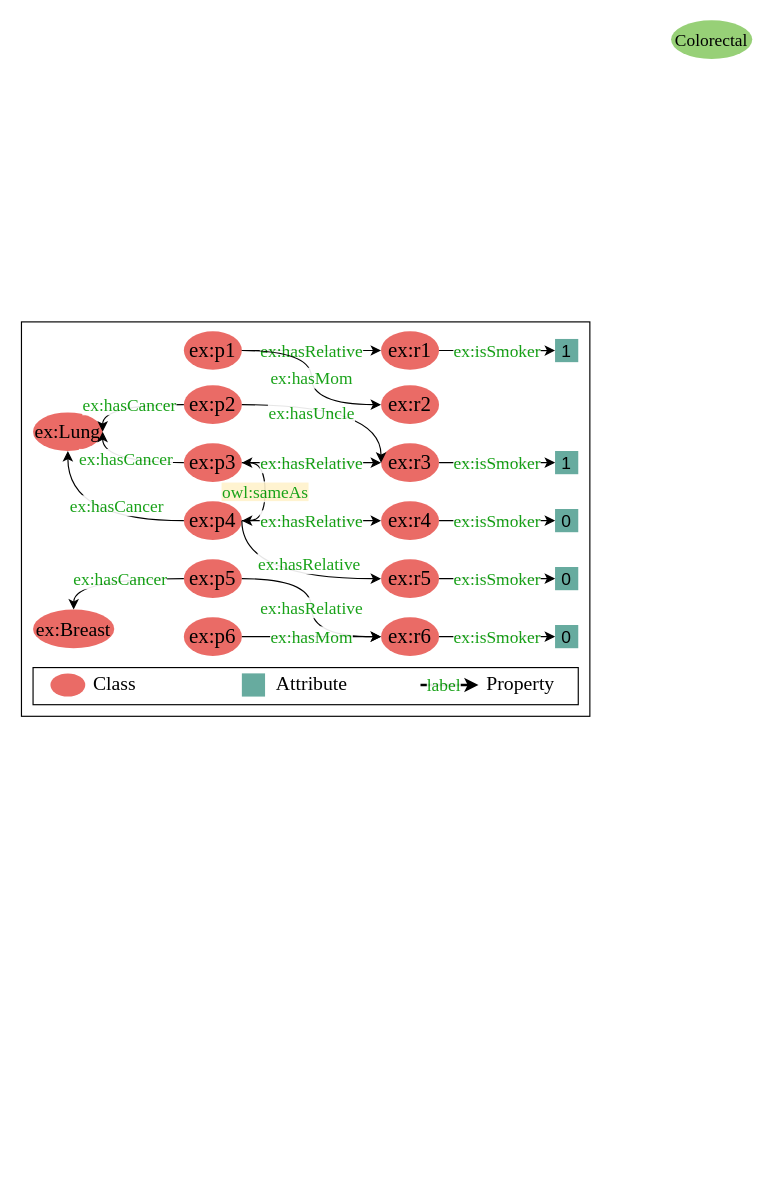
This is VLDB2023.drawio from jason-huanghao/drawio_graphs, a draw.io file, before an edit. Source tidied: cells renumbered, new cells numbered last; positions are measured from the earlier drawing's top-left corner, leaving out a move shared by most shapes. Both pictures are drawn from the tidied source at 116%, with x=0, y=0 at pixel (21, 20).
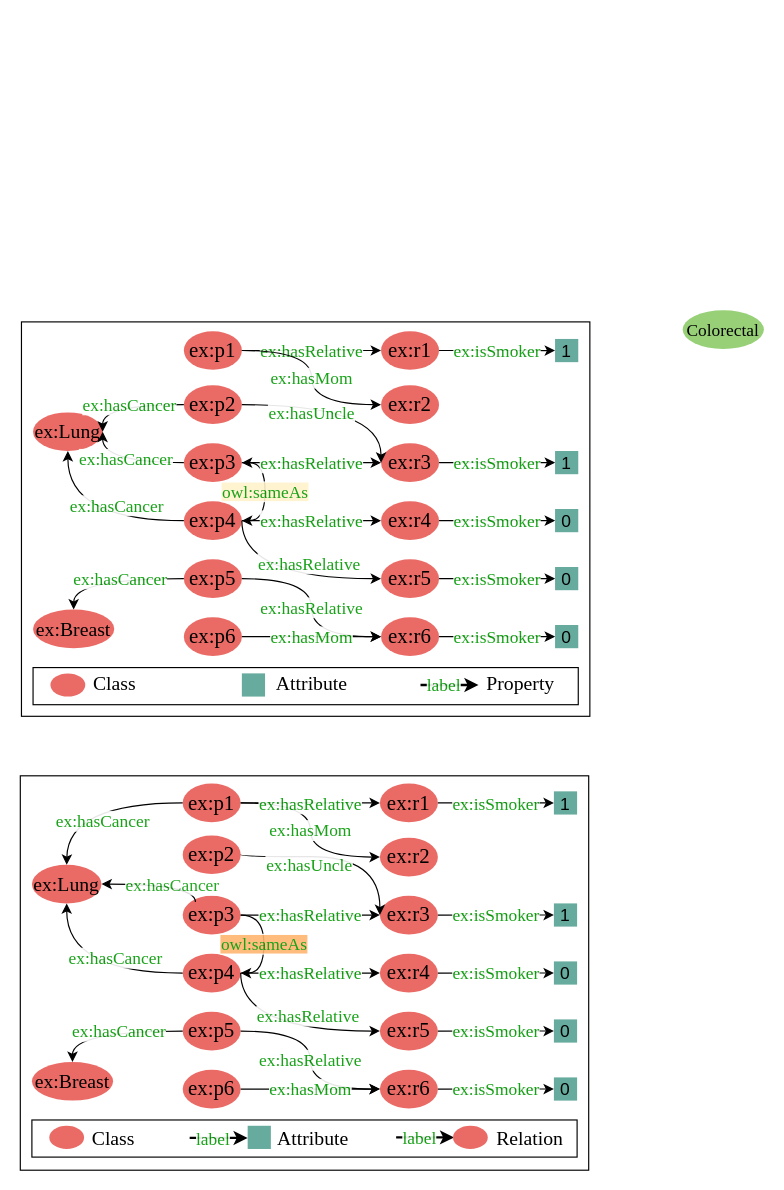
The same diagram, later.

Change to the diagram source:
```diff
@@
+    <mxCell id="48" style="rounded=0;whiteSpace=wrap;html=1;fontFamily=Times New Roman;fontSize=17;fontColor=#000000;fillColor=none;" parent="1" vertex="1">
+      <mxGeometry x="-1" y="651.3" width="490" height="340" as="geometry" />
+    </mxCell>
@@
     <mxCell id="17" value="Colorectal" style="ellipse;whiteSpace=wrap;html=1;rounded=0;fontFamily=Times New Roman;fontSize=15;fontColor=default;fillColor=#97D077;strokeColor=none;" parent="1" vertex="1">
-      <mxGeometry x="560" width="70" height="33.3" as="geometry" />
+      <mxGeometry x="570" y="250" width="70" height="33.3" as="geometry" />
     </mxCell>
@@
+    <mxCell id="49" style="rounded=0;whiteSpace=wrap;html=1;fontFamily=Times New Roman;fontSize=17;fontColor=#000000;fillColor=none;strokeColor=default;" parent="1" vertex="1">
+      <mxGeometry x="9" y="948" width="470" height="32" as="geometry" />
+    </mxCell>
+    <mxCell id="50" value="ex:p1" style="ellipse;whiteSpace=wrap;html=1;rounded=0;fontFamily=Times New Roman;fontSize=18;fontColor=default;fillColor=#EA6B66;strokeColor=none;" parent="1" vertex="1">
+      <mxGeometry x="139" y="658" width="50" height="33.3" as="geometry" />
+    </mxCell>
+    <mxCell id="51" value="ex:p2" style="ellipse;whiteSpace=wrap;html=1;rounded=0;fontFamily=Times New Roman;fontSize=18;fontColor=default;fillColor=#EA6B66;strokeColor=none;" parent="1" vertex="1">
+      <mxGeometry x="139" y="702.7" width="50" height="33.3" as="geometry" />
+    </mxCell>
+    <mxCell id="52" value="ex:p3" style="ellipse;whiteSpace=wrap;html=1;rounded=0;fontFamily=Times New Roman;fontSize=18;fontColor=default;fillColor=#EA6B66;strokeColor=none;" parent="1" vertex="1">
+      <mxGeometry x="139" y="754.7" width="50" height="33.3" as="geometry" />
+    </mxCell>
+    <mxCell id="53" value="ex:p4" style="ellipse;whiteSpace=wrap;html=1;rounded=0;fontFamily=Times New Roman;fontSize=18;fontColor=default;fillColor=#EA6B66;strokeColor=none;" parent="1" vertex="1">
+      <mxGeometry x="139" y="804.7" width="50" height="33.3" as="geometry" />
+    </mxCell>
+    <mxCell id="54" value="ex:p5" style="ellipse;whiteSpace=wrap;html=1;rounded=0;fontFamily=Times New Roman;fontSize=18;fontColor=default;fillColor=#EA6B66;strokeColor=none;" parent="1" vertex="1">
+      <mxGeometry x="139" y="854.7" width="50" height="33.3" as="geometry" />
+    </mxCell>
+    <mxCell id="55" value="ex:p6" style="ellipse;whiteSpace=wrap;html=1;rounded=0;fontFamily=Times New Roman;fontSize=18;fontColor=default;fillColor=#EA6B66;strokeColor=none;" parent="1" vertex="1">
+      <mxGeometry x="139" y="904.7" width="50" height="33.3" as="geometry" />
+    </mxCell>
+    <mxCell id="56" value="ex:r1" style="ellipse;whiteSpace=wrap;html=1;rounded=0;fontFamily=Times New Roman;fontSize=18;fontColor=default;fillColor=#EA6B66;strokeColor=none;" parent="1" vertex="1">
+      <mxGeometry x="309" y="658" width="50" height="33.3" as="geometry" />
+    </mxCell>
+    <mxCell id="57" value="ex:r2" style="ellipse;whiteSpace=wrap;html=1;rounded=0;fontFamily=Times New Roman;fontSize=18;fontColor=default;fillColor=#EA6B66;strokeColor=none;" parent="1" vertex="1">
+      <mxGeometry x="309" y="704.7" width="50" height="33.3" as="geometry" />
+    </mxCell>
+    <mxCell id="58" value="ex:r3" style="ellipse;whiteSpace=wrap;html=1;rounded=0;fontFamily=Times New Roman;fontSize=18;fontColor=default;fillColor=#EA6B66;strokeColor=none;" parent="1" vertex="1">
+      <mxGeometry x="309" y="754.7" width="50" height="33.3" as="geometry" />
+    </mxCell>
+    <mxCell id="59" value="ex:r4" style="ellipse;whiteSpace=wrap;html=1;rounded=0;fontFamily=Times New Roman;fontSize=18;fontColor=default;fillColor=#EA6B66;strokeColor=none;" parent="1" vertex="1">
+      <mxGeometry x="309" y="804.7" width="50" height="33.3" as="geometry" />
+    </mxCell>
+    <mxCell id="60" value="ex:r5" style="ellipse;whiteSpace=wrap;html=1;rounded=0;fontFamily=Times New Roman;fontSize=18;fontColor=default;fillColor=#EA6B66;strokeColor=none;" parent="1" vertex="1">
+      <mxGeometry x="309" y="854.7" width="50" height="33.3" as="geometry" />
+    </mxCell>
+    <mxCell id="61" value="ex:r6" style="ellipse;whiteSpace=wrap;html=1;rounded=0;fontFamily=Times New Roman;fontSize=18;fontColor=default;fillColor=#EA6B66;strokeColor=none;" parent="1" vertex="1">
+      <mxGeometry x="309" y="904.7" width="50" height="33.3" as="geometry" />
+    </mxCell>
+    <mxCell id="62" value="&lt;font style=&quot;font-size: 17px;&quot;&gt;ex:Lung&lt;/font&gt;" style="ellipse;whiteSpace=wrap;html=1;rounded=0;fontFamily=Times New Roman;fontSize=18;fontColor=default;fillColor=#EA6B66;strokeColor=none;" parent="1" vertex="1">
+      <mxGeometry x="9" y="728" width="60" height="33.3" as="geometry" />
+    </mxCell>
+    <mxCell id="63" value="&lt;font style=&quot;font-size: 17px;&quot;&gt;ex:Breast&lt;/font&gt;" style="ellipse;whiteSpace=wrap;html=1;rounded=0;fontFamily=Times New Roman;fontSize=18;fontColor=default;fillColor=#EA6B66;strokeColor=none;" parent="1" vertex="1">
+      <mxGeometry x="9" y="898" width="70" height="33.3" as="geometry" />
+    </mxCell>
+    <mxCell id="64" value="&lt;font color=&quot;#009900&quot; style=&quot;line-height: 1; background-color: rgb(255, 255, 255);&quot;&gt;ex:hasRelative&lt;/font&gt;" style="edgeStyle=orthogonalEdgeStyle;curved=1;jettySize=auto;html=1;exitX=1;exitY=0.5;exitDx=0;exitDy=0;entryX=0;entryY=0.5;entryDx=0;entryDy=0;labelBackgroundColor=#FFFFFF;fontFamily=Times New Roman;fontSize=15;fontColor=#3333FF;shadow=0;fillColor=#00CC00;textOpacity=90;" parent="1" edge="1" source="53" target="60">
+      <mxGeometry x="0.27" y="13" relative="1" as="geometry">
+        <Array as="points">
+          <mxPoint x="189" y="871" />
+        </Array>
+      </mxGeometry>
+    </mxCell>
+    <mxCell id="65" value="&lt;font color=&quot;#009900&quot; style=&quot;line-height: 1; background-color: rgb(255, 255, 255);&quot;&gt;ex:hasRelative&lt;/font&gt;" style="edgeStyle=orthogonalEdgeStyle;curved=1;jettySize=auto;html=1;exitX=1;exitY=0.5;exitDx=0;exitDy=0;entryX=0;entryY=0.5;entryDx=0;entryDy=0;labelBackgroundColor=#FFFFFF;fontFamily=Times New Roman;fontSize=15;fontColor=#3333FF;shadow=0;fillColor=#00CC00;textOpacity=90;" parent="1" edge="1" source="52" target="58">
+      <mxGeometry relative="1" as="geometry" />
+    </mxCell>
+    <mxCell id="66" value="&lt;font color=&quot;#009900&quot; style=&quot;line-height: 1; background-color: rgb(255, 255, 255);&quot;&gt;ex:hasRelative&lt;/font&gt;" style="edgeStyle=orthogonalEdgeStyle;curved=1;jettySize=auto;html=1;exitX=1;exitY=0.5;exitDx=0;exitDy=0;entryX=0;entryY=0.5;entryDx=0;entryDy=0;labelBackgroundColor=#FFFFFF;fontFamily=Times New Roman;fontSize=15;fontColor=#3333FF;shadow=0;fillColor=#00CC00;textOpacity=90;" parent="1" edge="1" source="53" target="59">
+      <mxGeometry relative="1" as="geometry" />
+    </mxCell>
+    <mxCell id="67" value="&lt;font color=&quot;#009900&quot; style=&quot;line-height: 1; background-color: rgb(255, 255, 255);&quot;&gt;ex:hasRelative&lt;/font&gt;" style="edgeStyle=orthogonalEdgeStyle;curved=1;jettySize=auto;html=1;exitX=1;exitY=0.5;exitDx=0;exitDy=0;entryX=0;entryY=0.5;entryDx=0;entryDy=0;labelBackgroundColor=#FFFFFF;fontFamily=Times New Roman;fontSize=15;fontColor=#3333FF;shadow=0;fillColor=#00CC00;textOpacity=90;" parent="1" edge="1" source="54" target="61">
+      <mxGeometry relative="1" as="geometry" />
+    </mxCell>
+    <mxCell id="68" value="&lt;font color=&quot;#009900&quot; style=&quot;line-height: 1; background-color: rgb(255, 255, 255);&quot;&gt;ex:hasUncle&lt;/font&gt;" style="edgeStyle=orthogonalEdgeStyle;curved=1;jettySize=auto;html=1;exitX=1;exitY=0.5;exitDx=0;exitDy=0;labelBackgroundColor=#FFFFFF;fontFamily=Times New Roman;fontSize=15;fontColor=#3333FF;shadow=0;fillColor=#00CC00;textOpacity=90;entryX=0;entryY=0.5;entryDx=0;entryDy=0;" parent="1" edge="1" source="51" target="58">
+      <mxGeometry x="-0.29" y="-7" relative="1" as="geometry">
+        <Array as="points">
+          <mxPoint x="309" y="721" />
+        </Array>
+      </mxGeometry>
+    </mxCell>
+    <mxCell id="69" value="&lt;font color=&quot;#009900&quot; style=&quot;line-height: 1; background-color: rgb(255, 255, 255);&quot;&gt;ex:hasMom&lt;/font&gt;" style="edgeStyle=orthogonalEdgeStyle;curved=1;jettySize=auto;html=1;exitX=1;exitY=0.5;exitDx=0;exitDy=0;entryX=0;entryY=0.5;entryDx=0;entryDy=0;labelBackgroundColor=#FFFFFF;fontFamily=Times New Roman;fontSize=15;fontColor=#3333FF;shadow=0;fillColor=#00CC00;textOpacity=90;" parent="1" edge="1" source="50" target="57">
+      <mxGeometry relative="1" as="geometry" />
+    </mxCell>
+    <mxCell id="70" value="&lt;font color=&quot;#009900&quot; style=&quot;line-height: 1; background-color: rgb(255, 255, 255);&quot;&gt;ex:hasMom&lt;/font&gt;" style="edgeStyle=orthogonalEdgeStyle;curved=1;jettySize=auto;html=1;exitX=1;exitY=0.5;exitDx=0;exitDy=0;entryX=0;entryY=0.5;entryDx=0;entryDy=0;labelBackgroundColor=#FFFFFF;fontFamily=Times New Roman;fontSize=15;fontColor=#3333FF;shadow=0;fillColor=#00CC00;textOpacity=90;" parent="1" edge="1" source="55" target="61">
+      <mxGeometry relative="1" as="geometry" />
+    </mxCell>
+    <mxCell id="71" value="&lt;font color=&quot;#009900&quot; style=&quot;line-height: 1; background-color: rgb(255, 255, 255);&quot;&gt;ex:isSmoker&lt;/font&gt;" style="edgeStyle=orthogonalEdgeStyle;curved=1;jettySize=auto;html=1;entryX=0;entryY=0.5;entryDx=0;entryDy=0;labelBackgroundColor=#FFFFFF;fontFamily=Times New Roman;fontSize=15;fontColor=#3333FF;shadow=0;fillColor=#00CC00;textOpacity=90;exitX=1;exitY=0.5;exitDx=0;exitDy=0;" parent="1" edge="1" source="56" target="72">
+      <mxGeometry relative="1" as="geometry" />
+    </mxCell>
+    <mxCell id="72" value="1" style="rounded=0;whiteSpace=wrap;html=1;fillColor=#67AB9F;strokeColor=none;fontSize=15;" parent="1" vertex="1">
+      <mxGeometry x="459" y="664.7" width="20" height="20" as="geometry" />
+    </mxCell>
+    <mxCell id="73" value="1" style="rounded=0;whiteSpace=wrap;html=1;fillColor=#67AB9F;strokeColor=none;fontSize=15;" parent="1" vertex="1">
+      <mxGeometry x="459" y="761.3" width="20" height="20" as="geometry" />
+    </mxCell>
+    <mxCell id="74" value="&lt;font color=&quot;#009900&quot; style=&quot;line-height: 1; background-color: rgb(255, 255, 255);&quot;&gt;ex:isSmoker&lt;/font&gt;" style="edgeStyle=orthogonalEdgeStyle;curved=1;jettySize=auto;html=1;entryX=0;entryY=0.5;entryDx=0;entryDy=0;labelBackgroundColor=#FFFFFF;fontFamily=Times New Roman;fontSize=15;fontColor=#3333FF;shadow=0;fillColor=#00CC00;textOpacity=90;exitX=1;exitY=0.5;exitDx=0;exitDy=0;" parent="1" edge="1" source="58" target="73">
+      <mxGeometry relative="1" as="geometry" />
+    </mxCell>
+    <mxCell id="75" value="0" style="rounded=0;whiteSpace=wrap;html=1;fillColor=#67AB9F;strokeColor=none;fontSize=15;" parent="1" vertex="1">
+      <mxGeometry x="459" y="811.3" width="20" height="20" as="geometry" />
+    </mxCell>
+    <mxCell id="76" value="0" style="rounded=0;whiteSpace=wrap;html=1;fillColor=#67AB9F;strokeColor=none;fontSize=15;" parent="1" vertex="1">
+      <mxGeometry x="459" y="861.3" width="20" height="20" as="geometry" />
+    </mxCell>
+    <mxCell id="77" value="0" style="rounded=0;whiteSpace=wrap;html=1;fillColor=#67AB9F;strokeColor=none;fontSize=15;" parent="1" vertex="1">
+      <mxGeometry x="459" y="911.3" width="20" height="20" as="geometry" />
+    </mxCell>
+    <mxCell id="78" value="&lt;font color=&quot;#009900&quot; style=&quot;line-height: 1; background-color: rgb(255, 255, 255);&quot;&gt;ex:isSmoker&lt;/font&gt;" style="edgeStyle=orthogonalEdgeStyle;curved=1;jettySize=auto;html=1;entryX=0;entryY=0.5;entryDx=0;entryDy=0;labelBackgroundColor=#FFFFFF;fontFamily=Times New Roman;fontSize=15;fontColor=#3333FF;shadow=0;fillColor=#00CC00;textOpacity=90;exitX=1;exitY=0.5;exitDx=0;exitDy=0;" parent="1" edge="1" source="59" target="75">
+      <mxGeometry relative="1" as="geometry" />
+    </mxCell>
+    <mxCell id="79" value="&lt;font color=&quot;#009900&quot; style=&quot;line-height: 1; background-color: rgb(255, 255, 255);&quot;&gt;ex:isSmoker&lt;/font&gt;" style="edgeStyle=orthogonalEdgeStyle;curved=1;jettySize=auto;html=1;entryX=0;entryY=0.5;entryDx=0;entryDy=0;labelBackgroundColor=#FFFFFF;fontFamily=Times New Roman;fontSize=15;fontColor=#3333FF;shadow=0;fillColor=#00CC00;textOpacity=90;exitX=1;exitY=0.5;exitDx=0;exitDy=0;" parent="1" edge="1" source="60" target="76">
+      <mxGeometry relative="1" as="geometry" />
+    </mxCell>
+    <mxCell id="80" value="&lt;font color=&quot;#009900&quot; style=&quot;line-height: 1; background-color: rgb(255, 255, 255);&quot;&gt;ex:isSmoker&lt;/font&gt;" style="edgeStyle=orthogonalEdgeStyle;curved=1;jettySize=auto;html=1;entryX=0;entryY=0.5;entryDx=0;entryDy=0;labelBackgroundColor=#FFFFFF;fontFamily=Times New Roman;fontSize=15;fontColor=#3333FF;shadow=0;fillColor=#00CC00;textOpacity=90;exitX=1;exitY=0.5;exitDx=0;exitDy=0;" parent="1" edge="1" source="61" target="77">
+      <mxGeometry relative="1" as="geometry" />
+    </mxCell>
+    <mxCell id="81" value="&lt;font color=&quot;#009900&quot; style=&quot;line-height: 1; background-color: rgb(255, 255, 255);&quot;&gt;ex:hasCancer&lt;/font&gt;" style="edgeStyle=orthogonalEdgeStyle;curved=1;jettySize=auto;html=1;labelBackgroundColor=#FFFFFF;fontFamily=Times New Roman;fontSize=15;fontColor=#3333FF;shadow=0;fillColor=#00CC00;textOpacity=90;exitX=0;exitY=0.5;exitDx=0;exitDy=0;entryX=0.5;entryY=0;entryDx=0;entryDy=0;" parent="1" edge="1" source="50" target="62">
+      <mxGeometry x="-0.09" y="15" relative="1" as="geometry">
+        <Array as="points">
+          <mxPoint x="40" y="675" />
+        </Array>
+      </mxGeometry>
+    </mxCell>
+    <mxCell id="82" value="&lt;font color=&quot;#009900&quot; style=&quot;line-height: 1; background-color: rgb(255, 255, 255);&quot;&gt;ex:hasCancer&lt;/font&gt;" style="edgeStyle=orthogonalEdgeStyle;curved=1;jettySize=auto;html=1;entryX=0.5;entryY=1;entryDx=0;entryDy=0;labelBackgroundColor=#FFFFFF;fontFamily=Times New Roman;fontSize=15;fontColor=#3333FF;shadow=0;fillColor=#00CC00;textOpacity=90;exitX=0;exitY=0.5;exitDx=0;exitDy=0;" parent="1" edge="1" source="53" target="62">
+      <mxGeometry x="-0.27" y="-13" relative="1" as="geometry" />
+    </mxCell>
+    <mxCell id="83" value="&lt;font color=&quot;#009900&quot; style=&quot;line-height: 1; background-color: rgb(255, 255, 255);&quot;&gt;ex:hasCancer&lt;/font&gt;" style="edgeStyle=orthogonalEdgeStyle;curved=1;jettySize=auto;html=1;labelBackgroundColor=#FFFFFF;fontFamily=Times New Roman;fontSize=15;fontColor=#3333FF;shadow=0;fillColor=#00CC00;textOpacity=90;exitX=0;exitY=0.5;exitDx=0;exitDy=0;entryX=0.5;entryY=0;entryDx=0;entryDy=0;" parent="1" edge="1" source="54" target="63">
+      <mxGeometry x="-0.09" relative="1" as="geometry">
+        <Array as="points">
+          <mxPoint x="44" y="871" />
+        </Array>
+      </mxGeometry>
+    </mxCell>
+    <mxCell id="84" value="&lt;font color=&quot;#009900&quot; style=&quot;line-height: 1; background-color: rgb(255, 255, 255);&quot;&gt;ex:hasCancer&lt;/font&gt;" style="edgeStyle=orthogonalEdgeStyle;curved=1;jettySize=auto;html=1;entryX=1;entryY=0.5;entryDx=0;entryDy=0;labelBackgroundColor=#FFFFFF;fontFamily=Times New Roman;fontSize=15;fontColor=#3333FF;shadow=0;fillColor=#00CC00;textOpacity=85;" parent="1" edge="1" target="62">
+      <mxGeometry x="-0.27" relative="1" as="geometry">
+        <mxPoint x="150" y="760" as="sourcePoint" />
+        <Array as="points">
+          <mxPoint x="150" y="745" />
+        </Array>
+      </mxGeometry>
+    </mxCell>
+    <mxCell id="85" style="ellipse;whiteSpace=wrap;html=1;rounded=0;fontFamily=Times New Roman;fontSize=18;fontColor=default;fillColor=#EA6B66;strokeColor=none;" parent="1" vertex="1">
+      <mxGeometry x="24" y="953" width="30" height="20" as="geometry" />
+    </mxCell>
+    <mxCell id="86" value="&lt;font color=&quot;#000000&quot;&gt;Class&lt;/font&gt;" style="text;html=1;align=center;verticalAlign=middle;strokeColor=none;fillColor=none;fontSize=17;fontFamily=Times New Roman;fontColor=#009900;" parent="1" vertex="1">
+      <mxGeometry x="49" y="950" width="60" height="30" as="geometry" />
+    </mxCell>
+    <mxCell id="87" value="&lt;font color=&quot;#000000&quot;&gt;Attribute&lt;/font&gt;" style="text;html=1;align=center;verticalAlign=middle;strokeColor=none;fillColor=none;fontSize=17;fontFamily=Times New Roman;fontColor=#009900;" parent="1" vertex="1">
+      <mxGeometry x="211" y="950" width="80" height="30" as="geometry" />
+    </mxCell>
+    <mxCell id="88" value="&lt;font color=&quot;#000000&quot;&gt;Relation&lt;/font&gt;" style="text;html=1;align=center;verticalAlign=middle;strokeColor=none;fillColor=none;fontSize=17;fontFamily=Times New Roman;fontColor=#009900;" parent="1" vertex="1">
+      <mxGeometry x="398" y="950" width="80" height="30" as="geometry" />
+    </mxCell>
+    <mxCell id="89" style="group;" parent="1" vertex="1">
+      <mxGeometry x="173" y="953" width="42" height="20" as="geometry" />
+    </mxCell>
+    <mxCell id="90" style="rounded=0;whiteSpace=wrap;html=1;fillColor=#67AB9F;strokeColor=none;fontSize=15;" parent="89" vertex="1">
+      <mxGeometry x="22" width="20" height="20" as="geometry" />
+    </mxCell>
+    <mxCell id="91" value="&lt;font color=&quot;#009900&quot; style=&quot;line-height: 1; background-color: rgb(255, 255, 255);&quot;&gt;label&lt;/font&gt;" style="edgeStyle=orthogonalEdgeStyle;curved=1;orthogonalLoop=1;jettySize=auto;html=1;labelBackgroundColor=#FFFFFF;fontFamily=Times New Roman;fontSize=15;fontColor=#3333FF;shadow=0;fillColor=#00CC00;textOpacity=90;strokeWidth=2;" parent="89" edge="1">
+      <mxGeometry x="-0.2" relative="1" as="geometry">
+        <mxPoint x="-28" y="10.5" as="sourcePoint" />
+        <mxPoint x="22" y="10.5" as="targetPoint" />
+        <Array as="points">
+          <mxPoint y="10.5" />
+        </Array>
+      </mxGeometry>
+    </mxCell>
+    <mxCell id="92" style="group;" parent="1" vertex="1">
+      <mxGeometry x="351" y="953" width="52" height="20" as="geometry" />
+    </mxCell>
+    <mxCell id="93" value="&lt;font color=&quot;#009900&quot; style=&quot;line-height: 1; background-color: rgb(255, 255, 255);&quot;&gt;label&lt;/font&gt;" style="edgeStyle=orthogonalEdgeStyle;curved=1;orthogonalLoop=1;jettySize=auto;html=1;labelBackgroundColor=#FFFFFF;fontFamily=Times New Roman;fontSize=15;fontColor=#3333FF;shadow=0;fillColor=#00CC00;textOpacity=90;strokeWidth=2;" parent="92" edge="1">
+      <mxGeometry x="-0.2" relative="1" as="geometry">
+        <mxPoint x="-28" y="10" as="sourcePoint" />
+        <mxPoint x="22" y="10" as="targetPoint" />
+        <Array as="points">
+          <mxPoint y="10" />
+        </Array>
+      </mxGeometry>
+    </mxCell>
+    <mxCell id="94" style="ellipse;whiteSpace=wrap;html=1;rounded=0;fontFamily=Times New Roman;fontSize=18;fontColor=default;fillColor=#EA6B66;strokeColor=none;" parent="92" vertex="1">
+      <mxGeometry x="21" width="30" height="20" as="geometry" />
+    </mxCell>
+    <mxCell id="95" value="&lt;font color=&quot;#009900&quot; style=&quot;line-height: 1; background-color: rgb(255, 181, 112);&quot;&gt;owl:sameAs&lt;/font&gt;" style="edgeStyle=orthogonalEdgeStyle;jettySize=auto;html=1;exitX=1;exitY=0.5;exitDx=0;exitDy=0;entryX=1;entryY=0.5;entryDx=0;entryDy=0;fontFamily=Times New Roman;fontSize=15;fontColor=#000000;curved=1;textOpacity=90;" parent="1" edge="1" source="52" target="53">
+      <mxGeometry relative="1" as="geometry" />
+    </mxCell>
+    <mxCell id="96" value="&lt;font color=&quot;#009900&quot; style=&quot;line-height: 1; background-color: rgb(255, 255, 255);&quot;&gt;ex:hasRelative&lt;/font&gt;" style="edgeStyle=orthogonalEdgeStyle;curved=1;jettySize=auto;html=1;exitX=1;exitY=0.5;exitDx=0;exitDy=0;entryX=0;entryY=0.5;entryDx=0;entryDy=0;labelBackgroundColor=#FFFFFF;fontFamily=Times New Roman;fontSize=15;fontColor=#3333FF;shadow=0;fillColor=#00CC00;textOpacity=90;" parent="1" edge="1" source="50" target="56">
+      <mxGeometry relative="1" as="geometry" />
+    </mxCell>
```
